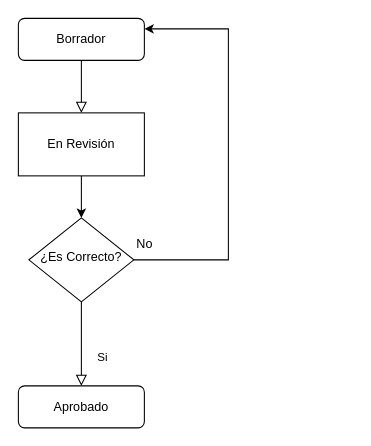
This is Untitled Diagram.drawio from juanfstillo/draw-io, a draw.io file, before an edit. Source tidied: cells renumbered, new cells numbered last; positions are measured from the earlier drawing's top-left corner, leaving out a move shared by most shapes. Both pictures are drawn from the tidied source at 105%, with x=0, y=0 at pixel (18, 18).
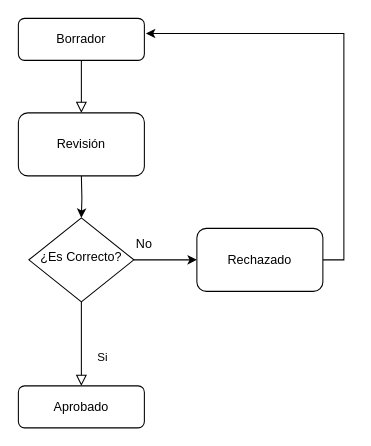
Above is the later version.

Change to the diagram source:
```diff
@@
 <mxGraphModel>
   <root>
     <mxCell id="0" />
     <mxCell id="1" parent="0" />
     <mxCell id="2" style="rounded=0;html=1;jettySize=auto;fontSize=11;endArrow=block;endFill=0;endSize=8;strokeWidth=1;shadow=0;labelBackgroundColor=none;edgeStyle=orthogonalEdgeStyle;" parent="1" edge="1" source="3">
       <mxGeometry relative="1" as="geometry">
         <mxPoint x="60" y="90" as="targetPoint" />
       </mxGeometry>
     </mxCell>
     <mxCell id="3" value="Borrador" style="rounded=1;whiteSpace=wrap;html=1;fontSize=12;glass=0;strokeWidth=1;shadow=0;" parent="1" vertex="1">
       <mxGeometry width="120" height="40" as="geometry" />
     </mxCell>
     <mxCell id="4" value="Si" style="rounded=0;html=1;jettySize=auto;fontSize=11;endArrow=block;endFill=0;endSize=8;strokeWidth=1;shadow=0;labelBackgroundColor=none;edgeStyle=orthogonalEdgeStyle;" parent="1" edge="1" source="6" target="7">
       <mxGeometry x="0.33" y="20" relative="1" as="geometry" />
     </mxCell>
-    <mxCell id="5" style="edgeStyle=orthogonalEdgeStyle;rounded=0;jettySize=auto;html=1;entryX=1;entryY=0.25;entryDx=0;entryDy=0;" parent="1" edge="1" target="3">
-      <mxGeometry relative="1" as="geometry">
-        <mxPoint x="100" y="230" as="sourcePoint" />
-        <Array as="points">
-          <mxPoint x="200" y="230" />
-          <mxPoint x="200" y="10" />
-        </Array>
-      </mxGeometry>
-    </mxCell>
+    <mxCell id="11" style="edgeStyle=orthogonalEdgeStyle;rounded=0;jettySize=auto;html=1;" parent="1" edge="1" source="6" target="14">
+      <mxGeometry relative="1" as="geometry" />
+    </mxCell>
     <mxCell id="6" value="¿Es Correcto?" style="rhombus;whiteSpace=wrap;html=1;shadow=0;fontFamily=Helvetica;fontSize=12;align=center;strokeWidth=1;spacing=6;spacingTop=-4;" parent="1" vertex="1">
       <mxGeometry x="10" y="190" width="100" height="80" as="geometry" />
     </mxCell>
     <mxCell id="7" value="Aprobado" style="rounded=1;whiteSpace=wrap;html=1;fontSize=12;glass=0;strokeWidth=1;shadow=0;" parent="1" vertex="1">
       <mxGeometry y="350" width="120" height="40" as="geometry" />
     </mxCell>
-    <mxCell id="8" style="edgeStyle=orthogonalEdgeStyle;rounded=0;jettySize=auto;html=1;entryX=0.5;entryY=0;entryDx=0;entryDy=0;" parent="1" edge="1" source="9" target="6">
-      <mxGeometry relative="1" as="geometry" />
+    <mxCell id="8" style="edgeStyle=orthogonalEdgeStyle;rounded=0;jettySize=auto;html=1;entryX=0.5;entryY=0;entryDx=0;entryDy=0;" parent="1" edge="1" target="6">
+      <mxGeometry relative="1" as="geometry">
+        <mxPoint x="60" y="150" as="sourcePoint" />
+      </mxGeometry>
     </mxCell>
-    <mxCell id="9" value="En Revisión" style="rounded=0;whiteSpace=wrap;html=1;" parent="1" vertex="1">
-      <mxGeometry y="90" width="120" height="60" as="geometry" />
-    </mxCell>
+    <mxCell id="12" value="Revisión" style="rounded=1;whiteSpace=wrap;html=1;" parent="1" vertex="1">
+      <mxGeometry y="90" width="120" height="60" as="geometry" />
+    </mxCell>
+    <mxCell id="13" style="edgeStyle=orthogonalEdgeStyle;rounded=0;jettySize=auto;html=1;entryX=1.012;entryY=0.36;entryDx=0;entryDy=0;entryPerimeter=0;" parent="1" edge="1" source="14" target="3">
+      <mxGeometry relative="1" as="geometry">
+        <Array as="points">
+          <mxPoint x="310" y="230" />
+          <mxPoint x="310" y="14" />
+        </Array>
+      </mxGeometry>
+    </mxCell>
+    <mxCell id="14" value="Rechazado" style="rounded=1;whiteSpace=wrap;html=1;" parent="1" vertex="1">
+      <mxGeometry x="170" y="200" width="120" height="60" as="geometry" />
+    </mxCell>
-    <mxCell id="10" value="No&lt;br&gt;" style="text;html=1;align=center;verticalAlign=middle;strokeColor=none;fillColor=none;" parent="1" vertex="1">
-      <mxGeometry x="100" y="200" width="40" height="30" as="geometry" />
+    <mxCell id="10" value="No" style="text;html=1;strokeColor=none;fillColor=none;align=center;verticalAlign=middle;whiteSpace=wrap;rounded=0;" parent="1" vertex="1">
+      <mxGeometry x="90" y="200" width="60" height="30" as="geometry" />
     </mxCell>
   </root>
 </mxGraphModel>
```
